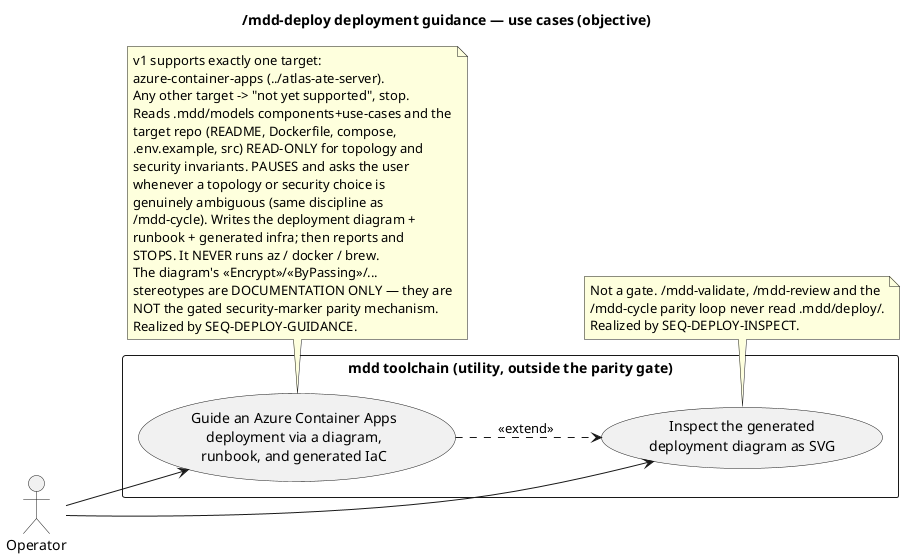
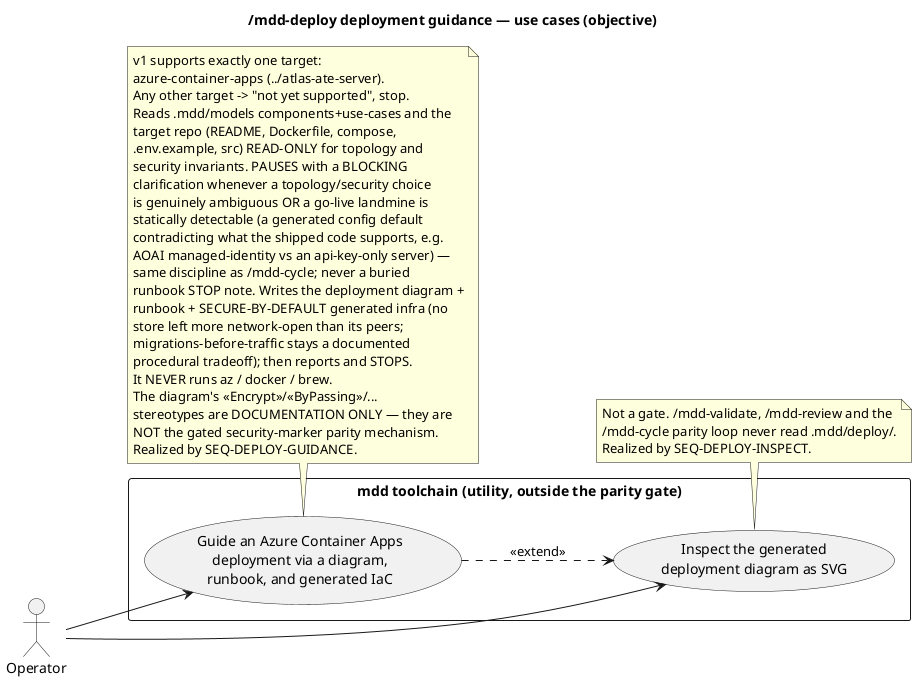
@startuml
' @id(USE-DEPLOY-GUIDANCE)
' @id(USE-DEPLOY-INSPECT)
'
' Objective-side use cases for the new /mdd-deploy utility skill. This is
' a STANDALONE skill, a sibling of /mdd-render: it is NOT wired into
' /mdd-cycle, /mdd-map, /mdd-validate, or /mdd-review and never touches
' the current<->objective parity gate. It guides an Azure Container Apps
' deployment of a target repo; it never executes a deploy command.
'
- ' @desc(USE-DEPLOY-GUIDANCE, "Operator runs /mdd-deploy with a one-line deployment description; the skill produces a UML deployment diagram, generated Bicep IaC, and an explicit copy-pasteable command runbook that preserves the target's security invariants. The skill executes nothing — the human runs the commands.")
+ ' @desc(USE-DEPLOY-GUIDANCE, "Operator runs /mdd-deploy with a one-line deployment description; the skill produces a UML deployment diagram, secure-by-default generated Bicep IaC (no store left more network-open than its peers — auto-hardened, not a deferred decision), and an explicit copy-pasteable command runbook that preserves the target's security invariants. It pauses with a blocking clarification on ambiguity AND on any statically detectable go-live landmine (a generated config default contradicting what the shipped code supports). The skill executes nothing — the human runs the commands.")
' @desc(USE-DEPLOY-INSPECT, "Operator inspects the generated deployment diagram visually: /mdd-render is extended to also rasterize .mdd/deploy/**/*.puml to .mdd/rendered/deploy/**/*.svg. Additive and non-gating.")
title /mdd-deploy deployment guidance — use cases (objective)

left to right direction

actor "Operator" as Op

rectangle "mdd toolchain (utility, outside the parity gate)" {
  usecase "Guide an Azure Container Apps\ndeployment via a diagram,\nrunbook, and generated IaC" as Guide
  usecase "Inspect the generated\ndeployment diagram as SVG" as Inspect
}

Op --> Guide
Op --> Inspect

Guide ..> Inspect : <<extend>>

note bottom of Guide
  v1 supports exactly one target:
  azure-container-apps (../atlas-ate-server).
  Any other target -> "not yet supported", stop.
  Reads .mdd/models components+use-cases and the
  target repo (README, Dockerfile, compose,
  .env.example, src) READ-ONLY for topology and
-   security invariants. PAUSES and asks the user
-   whenever a topology or security choice is
-   genuinely ambiguous (same discipline as
-   /mdd-cycle). Writes the deployment diagram +
-   runbook + generated infra; then reports and
-   STOPS. It NEVER runs az / docker / brew.
+   security invariants. PAUSES with a BLOCKING
+   clarification whenever a topology/security choice
+   is genuinely ambiguous OR a go-live landmine is
+   statically detectable (a generated config default
+   contradicting what the shipped code supports, e.g.
+   AOAI managed-identity vs an api-key-only server) —
+   same discipline as /mdd-cycle; never a buried
+   runbook STOP note. Writes the deployment diagram +
+   runbook + SECURE-BY-DEFAULT generated infra (no
+   store left more network-open than its peers;
+   migrations-before-traffic stays a documented
+   procedural tradeoff); then reports and STOPS.
+   It NEVER runs az / docker / brew.
  The diagram's <<Encrypt>>/<<ByPassing>>/...
  stereotypes are DOCUMENTATION ONLY — they are
  NOT the gated security-marker parity mechanism.
  Realized by SEQ-DEPLOY-GUIDANCE.
end note

note bottom of Inspect
  Not a gate. /mdd-validate, /mdd-review and the
  /mdd-cycle parity loop never read .mdd/deploy/.
  Realized by SEQ-DEPLOY-INSPECT.
end note
@enduml
